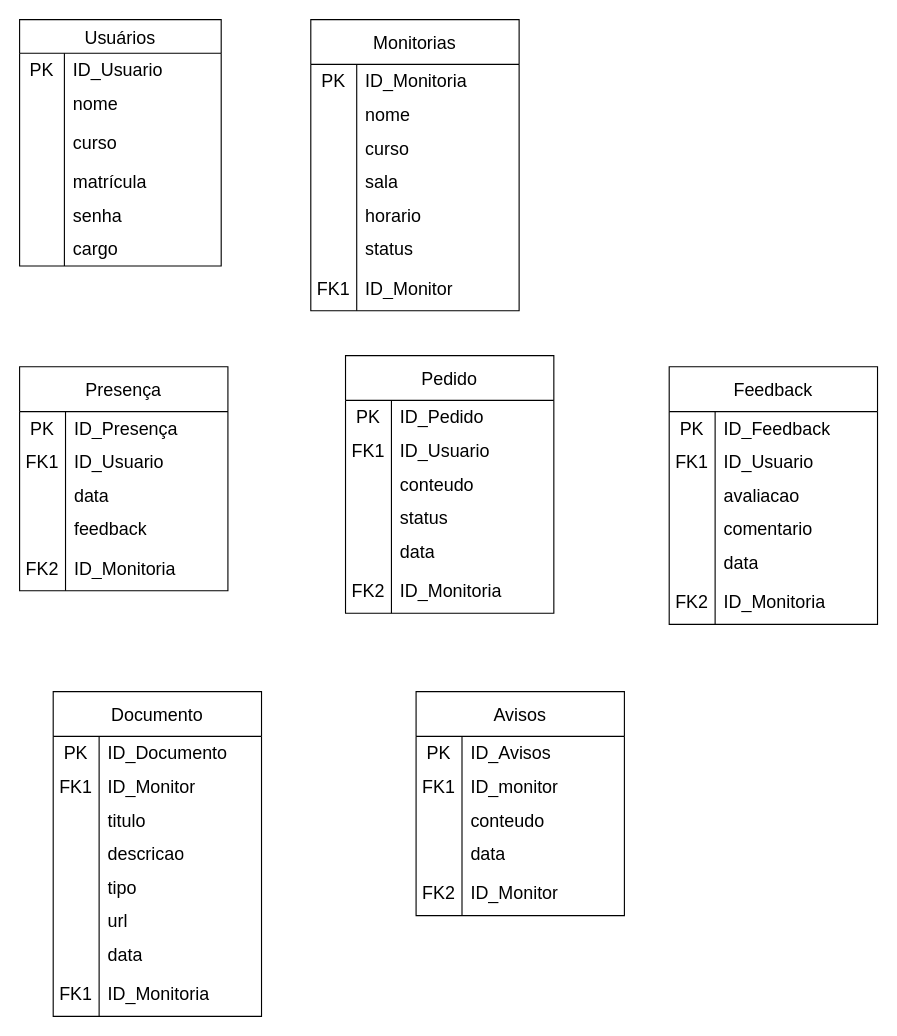
Above: Monitorrei.drawio in Arthurbart/MoniTorrei (draw.io), before the change. Source tidied: cells renumbered, new cells numbered last; positions are measured from the earlier drawing's top-left corner, leaving out a move shared by most shapes. Both pictures are drawn from the tidied source at 112%, with x=0, y=0 at pixel (19, 19).
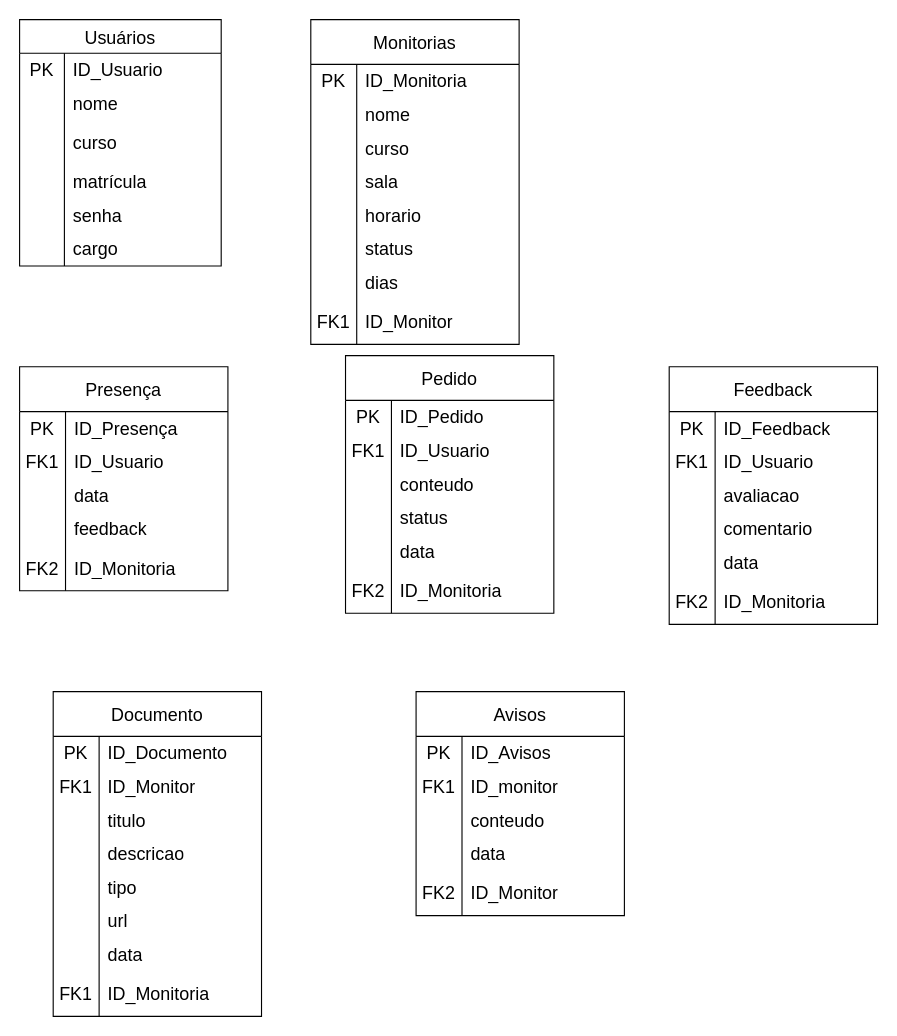
The same page after the edit.

Change to the diagram source:
```diff
@@
     <mxCell id="21" value="Monitorias" style="shape=table;startSize=40;childLayout=tableLayout;rowLines=0;fontStyle=0;strokeColor=default;fontSize=16;" parent="1" vertex="1">
-      <mxGeometry x="260" width="186" height="260" as="geometry" />
+      <mxGeometry x="260" width="186" height="290" as="geometry" />
     </mxCell>
@@
+    <mxCell id="138" style="shape=tableRow;horizontal=0;startSize=0;swimlaneHead=0;swimlaneBody=0;top=0;left=0;bottom=0;right=0;fillColor=none;strokeColor=inherit;fontSize=16;" parent="21" vertex="1">
+      <mxGeometry y="220" width="186" height="30" as="geometry" />
+    </mxCell>
+    <mxCell id="139" style="shape=partialRectangle;html=1;whiteSpace=wrap;fillColor=none;top=0;left=0;bottom=0;right=0;overflow=hidden;strokeColor=inherit;fontSize=16;" parent="138" vertex="1">
+      <mxGeometry width="41" height="30" as="geometry" />
+    </mxCell>
+    <mxCell id="140" value="dias" style="shape=partialRectangle;html=1;whiteSpace=wrap;fillColor=none;top=0;left=0;bottom=0;right=0;align=left;spacingLeft=6;overflow=hidden;strokeColor=inherit;fontSize=16;" parent="138" vertex="1">
+      <mxGeometry x="41" width="145" height="30" as="geometry" />
+    </mxCell>
     <mxCell id="40" style="shape=tableRow;horizontal=0;startSize=0;swimlaneHead=0;swimlaneBody=0;top=0;left=0;bottom=0;right=0;fillColor=none;strokeColor=inherit;fontSize=16;" parent="21" vertex="1">
-      <mxGeometry y="220" width="186" height="40" as="geometry" />
+      <mxGeometry y="250" width="186" height="40" as="geometry" />
     </mxCell>
```
